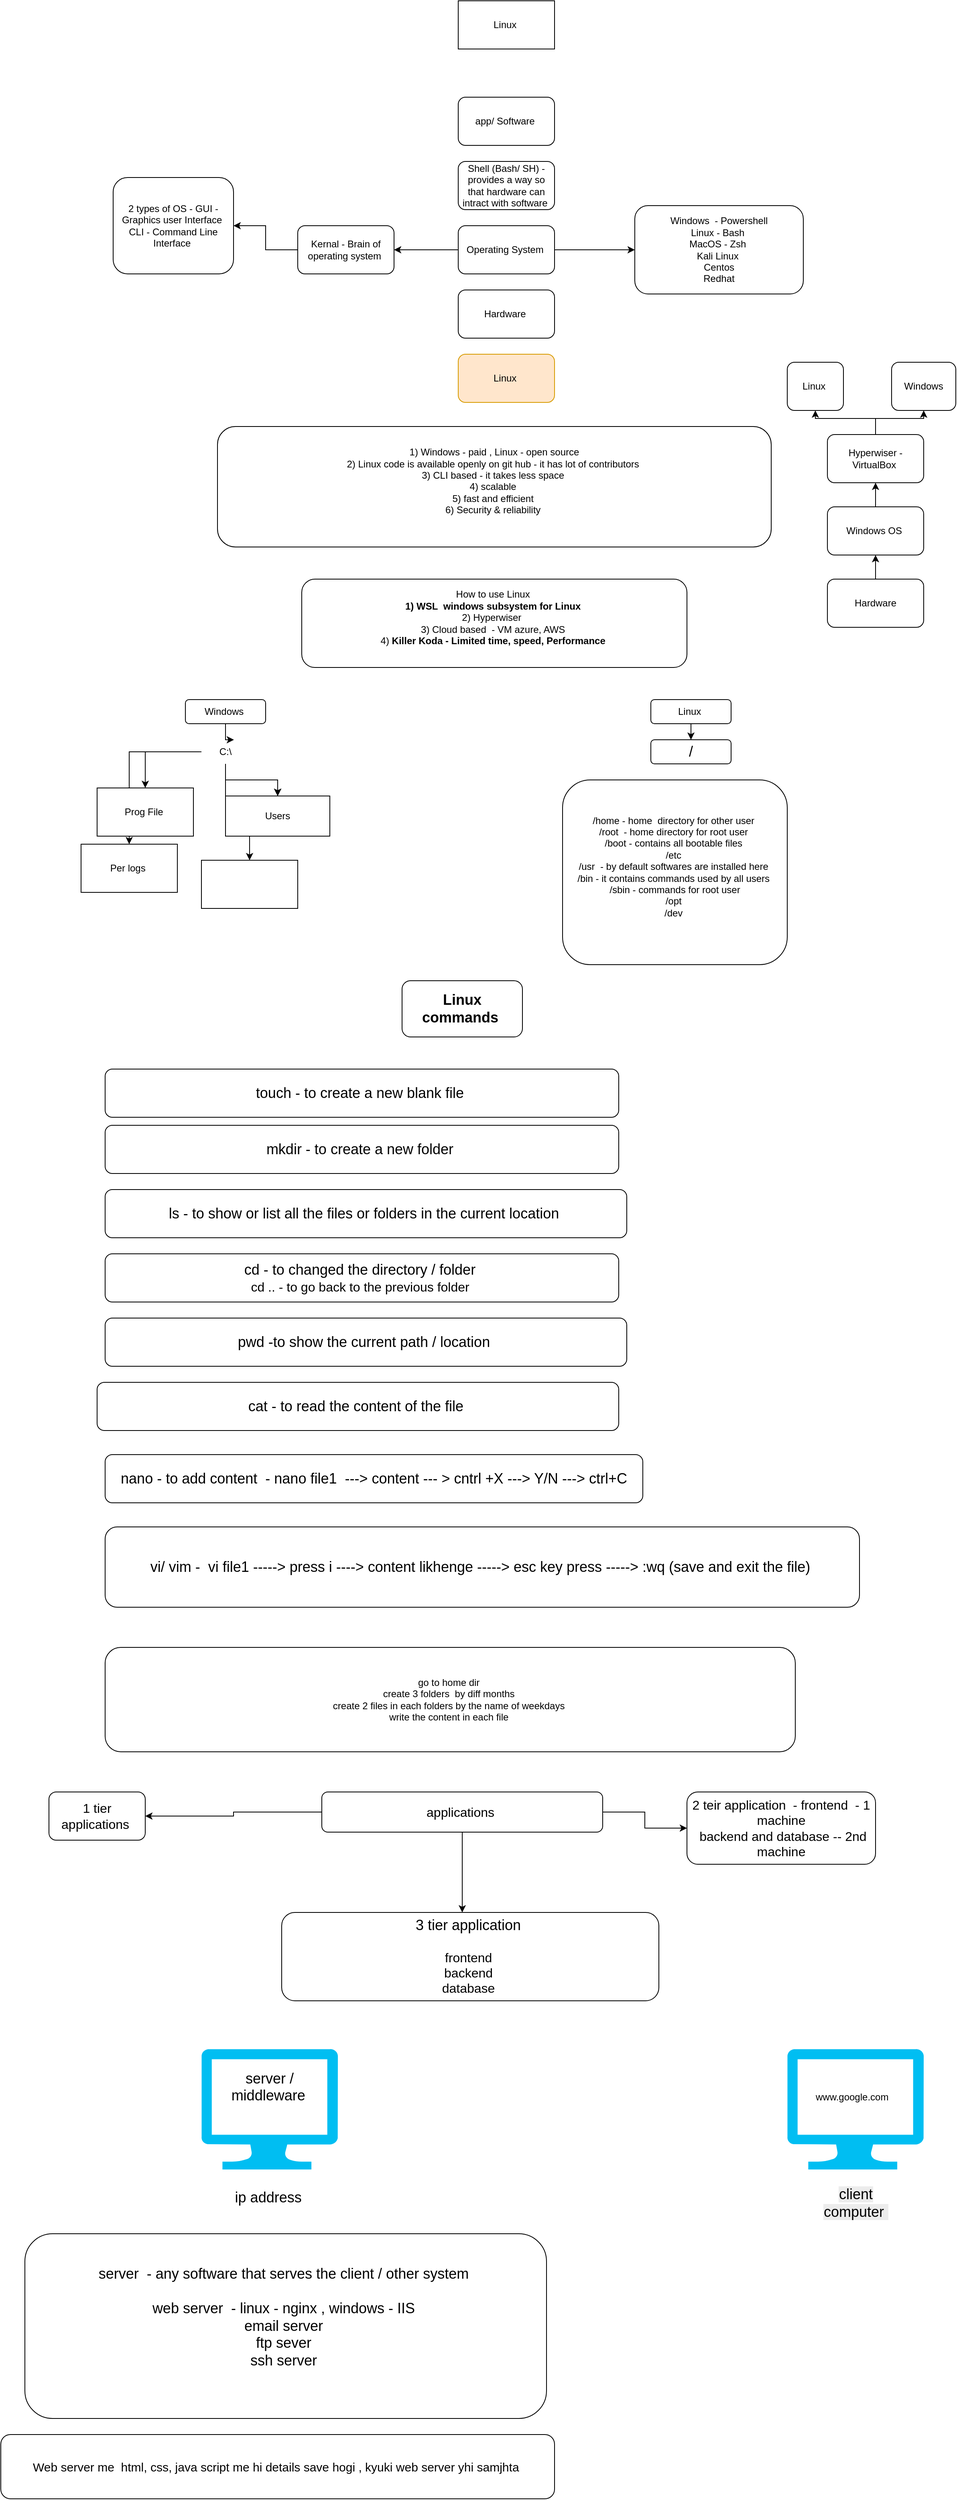
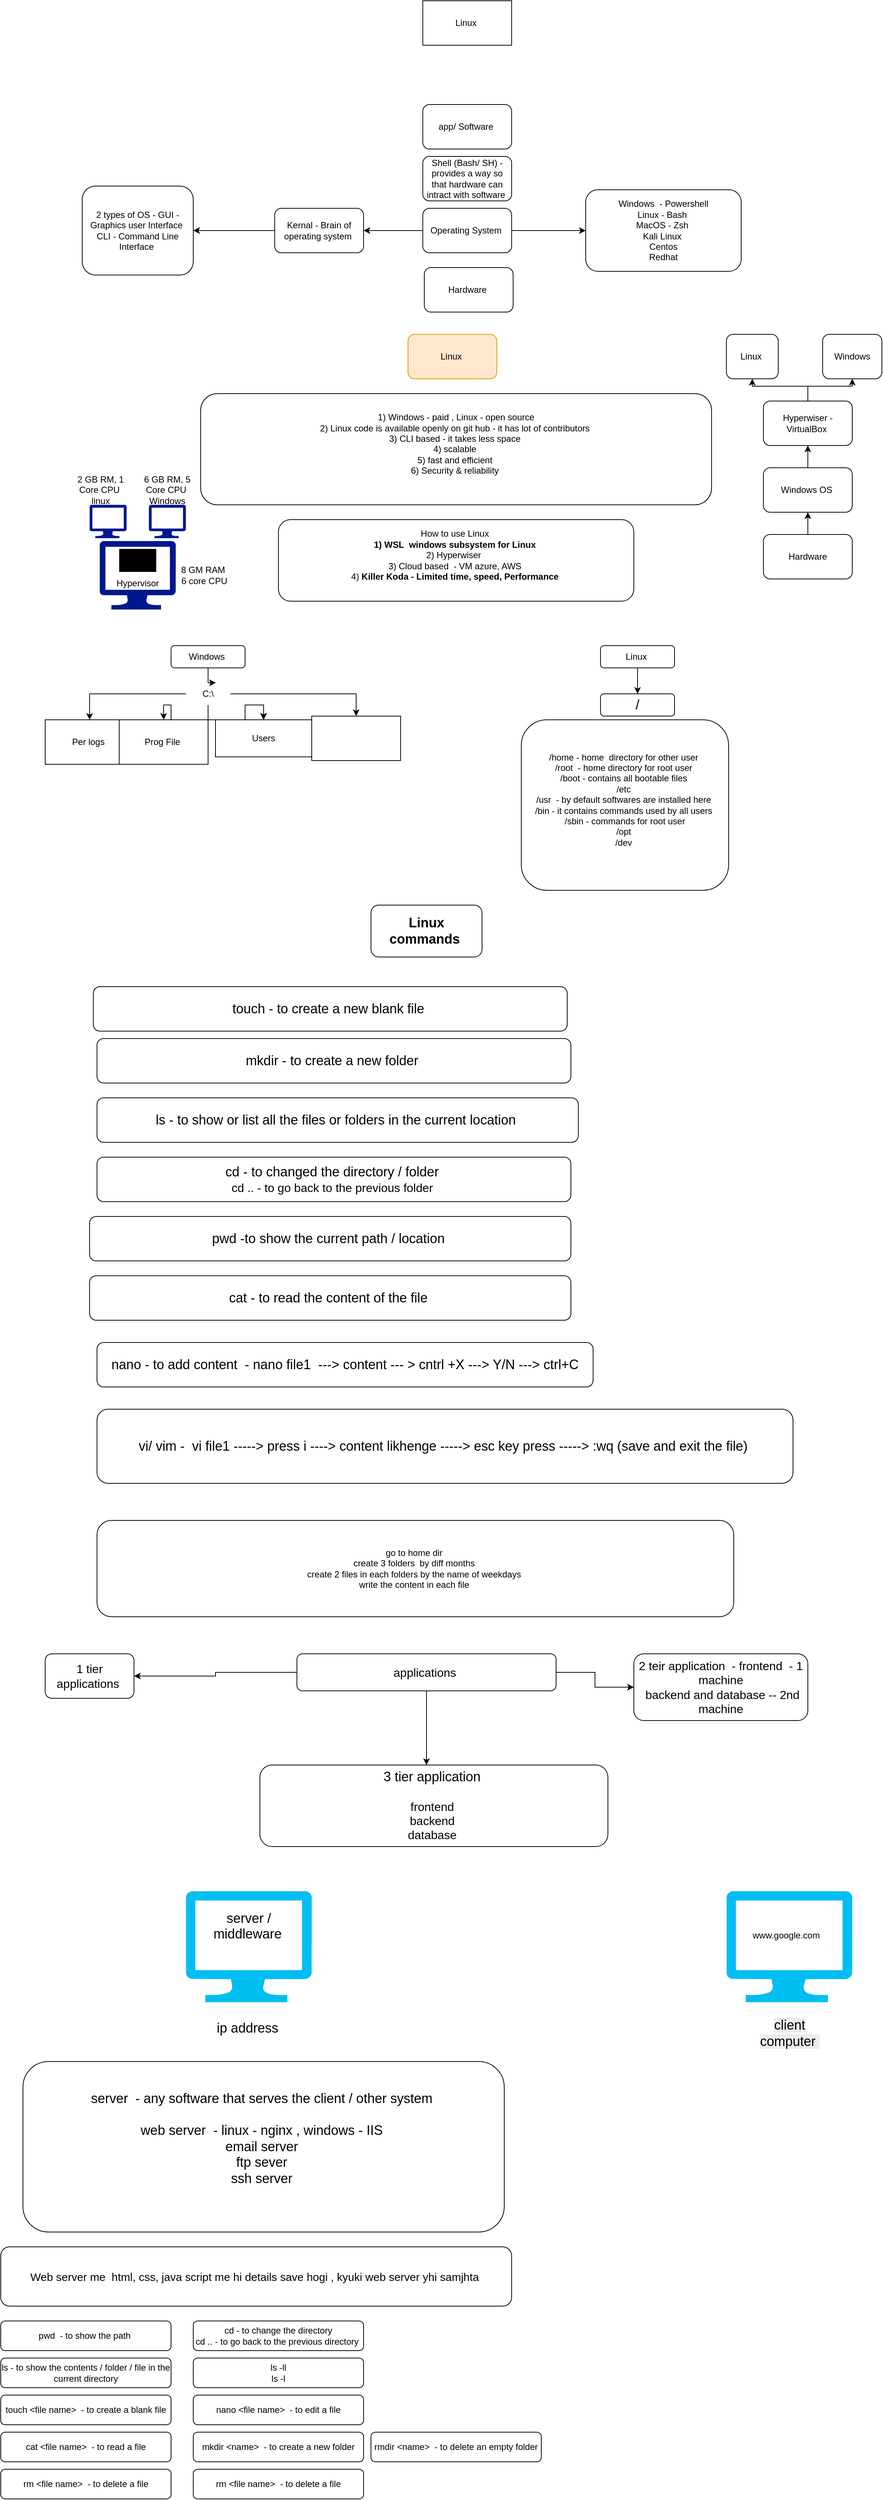
<mxfile host="app.diagrams.net" agent="Mozilla/5.0 (Windows NT 10.0; Win64; x64) AppleWebKit/537.36 (KHTML, like Gecko) Chrome/146.0.0.0 Safari/537.36">
  <diagram name="Page-1" id="sYT0bQpVFiIIokfnIlrh">
-     <mxGraphModel dx="9001030" dy="527" grid="1" gridSize="10" guides="1" tooltips="1" connect="1" arrows="1" fold="1" page="1" pageScale="1" pageWidth="9000000" pageHeight="9011690" math="0" shadow="0">
+     <mxGraphModel dx="9000824" dy="422" grid="1" gridSize="10" guides="1" tooltips="1" connect="1" arrows="1" fold="1" page="1" pageScale="1" pageWidth="9000000" pageHeight="9011690" math="0" shadow="0">
      <root>
        <mxCell id="0" />
        <mxCell id="1" parent="0" />
        <mxCell id="7nn-oLGp6Rcu_q-DwqWM-1" parent="1" style="rounded=0;whiteSpace=wrap;html=1;" value="Linux&amp;nbsp;" vertex="1">
          <mxGeometry height="60" width="120" x="440" y="10" as="geometry" />
        </mxCell>
        <mxCell id="7nn-oLGp6Rcu_q-DwqWM-2" parent="1" style="rounded=1;whiteSpace=wrap;html=1;" value="Hardware&amp;nbsp;" vertex="1">
-           <mxGeometry height="60" width="120" x="440" y="370" as="geometry" />
+           <mxGeometry height="60" width="120" x="442" y="370" as="geometry" />
        </mxCell>
        <mxCell id="7nn-oLGp6Rcu_q-DwqWM-3" parent="1" style="rounded=1;whiteSpace=wrap;html=1;" value="app/ Software&amp;nbsp;" vertex="1">
-           <mxGeometry height="60" width="120" x="440" y="130" as="geometry" />
+           <mxGeometry height="60" width="120" x="440" y="150" as="geometry" />
        </mxCell>
        <mxCell id="7nn-oLGp6Rcu_q-DwqWM-6" edge="1" parent="1" source="7nn-oLGp6Rcu_q-DwqWM-4" style="edgeStyle=orthogonalEdgeStyle;rounded=0;orthogonalLoop=1;jettySize=auto;html=1;" target="7nn-oLGp6Rcu_q-DwqWM-5" value="">
          <mxGeometry relative="1" as="geometry" />
        </mxCell>
        <mxCell id="7nn-oLGp6Rcu_q-DwqWM-9" edge="1" parent="1" source="7nn-oLGp6Rcu_q-DwqWM-4" style="edgeStyle=orthogonalEdgeStyle;rounded=0;orthogonalLoop=1;jettySize=auto;html=1;" target="7nn-oLGp6Rcu_q-DwqWM-8" value="">
          <mxGeometry relative="1" as="geometry" />
        </mxCell>
        <mxCell id="7nn-oLGp6Rcu_q-DwqWM-4" parent="1" style="rounded=1;whiteSpace=wrap;html=1;" value="Operating System&amp;nbsp;" vertex="1">
          <mxGeometry height="60" width="120" x="440" y="290" as="geometry" />
        </mxCell>
        <mxCell id="7nn-oLGp6Rcu_q-DwqWM-5" parent="1" style="whiteSpace=wrap;html=1;rounded=1;" value="Windows&amp;nbsp; - Powershell&lt;div&gt;Linux - Bash&amp;nbsp;&lt;/div&gt;&lt;div&gt;MacOS - Zsh&amp;nbsp;&lt;/div&gt;&lt;div&gt;Kali Linux&amp;nbsp;&lt;/div&gt;&lt;div&gt;Centos&lt;/div&gt;&lt;div&gt;Redhat&lt;/div&gt;" vertex="1">
          <mxGeometry height="110" width="210" x="660" y="265" as="geometry" />
        </mxCell>
        <mxCell id="7nn-oLGp6Rcu_q-DwqWM-7" parent="1" style="rounded=1;whiteSpace=wrap;html=1;" value="Shell (Bash/ SH) - provides a way so that hardware can intract with software&amp;nbsp;" vertex="1">
-           <mxGeometry height="60" width="120" x="440" y="210" as="geometry" />
+           <mxGeometry height="60" width="120" x="440" y="220" as="geometry" />
        </mxCell>
        <mxCell id="7nn-oLGp6Rcu_q-DwqWM-14" edge="1" parent="1" source="7nn-oLGp6Rcu_q-DwqWM-8" style="edgeStyle=orthogonalEdgeStyle;rounded=0;orthogonalLoop=1;jettySize=auto;html=1;" target="7nn-oLGp6Rcu_q-DwqWM-13" value="">
          <mxGeometry relative="1" as="geometry" />
        </mxCell>
        <mxCell id="7nn-oLGp6Rcu_q-DwqWM-8" parent="1" style="whiteSpace=wrap;html=1;rounded=1;" value="Kernal - Brain of operating system&amp;nbsp;" vertex="1">
          <mxGeometry height="60" width="120" x="240" y="290" as="geometry" />
        </mxCell>
        <mxCell id="7nn-oLGp6Rcu_q-DwqWM-10" parent="1" style="rounded=1;whiteSpace=wrap;html=1;fillColor=#ffe6cc;strokeColor=#d79b00;" value="Linux&amp;nbsp;" vertex="1">
-           <mxGeometry height="60" width="120" x="440" y="450" as="geometry" />
+           <mxGeometry height="60" width="120" x="420" y="460" as="geometry" />
        </mxCell>
        <mxCell id="7nn-oLGp6Rcu_q-DwqWM-11" parent="1" style="rounded=1;whiteSpace=wrap;html=1;" value="1) Windows - paid , Linux - open source&lt;div&gt;2) Linux code is available openly on git hub - it has lot of contributors&amp;nbsp;&lt;/div&gt;&lt;div&gt;3) CLI based - it takes less space&amp;nbsp;&lt;/div&gt;&lt;div&gt;4) scalable&amp;nbsp;&lt;/div&gt;&lt;div&gt;5) fast and efficient&amp;nbsp;&lt;/div&gt;&lt;div&gt;6) Security &amp;amp; reliability&amp;nbsp;&lt;/div&gt;&lt;div&gt;&amp;nbsp;&amp;nbsp;&lt;/div&gt;" vertex="1">
          <mxGeometry height="150" width="690" x="140" y="540" as="geometry" />
        </mxCell>
        <mxCell id="7nn-oLGp6Rcu_q-DwqWM-12" parent="1" style="rounded=1;whiteSpace=wrap;html=1;" value="How to use Linux&amp;nbsp;&lt;div&gt;&lt;b&gt;1) WSL&amp;nbsp; windows subsystem for Linux&amp;nbsp;&lt;/b&gt;&lt;/div&gt;&lt;div&gt;2) Hyperwiser&amp;nbsp;&amp;nbsp;&lt;/div&gt;&lt;div&gt;3) Cloud based&amp;nbsp; - VM azure, AWS&amp;nbsp;&lt;/div&gt;&lt;div&gt;4) &lt;b&gt;Killer Koda - Limited time, speed, Performance&lt;/b&gt;&amp;nbsp;&lt;/div&gt;&lt;div&gt;&lt;br&gt;&lt;/div&gt;" vertex="1">
-           <mxGeometry height="110" width="480" x="245" y="730" as="geometry" />
+           <mxGeometry height="110" width="480" x="245" y="710" as="geometry" />
        </mxCell>
        <mxCell id="7nn-oLGp6Rcu_q-DwqWM-13" parent="1" style="whiteSpace=wrap;html=1;rounded=1;" value="2 types of OS - GUI - Graphics user Interface&amp;nbsp;&lt;div&gt;CLI - Command Line Interface&amp;nbsp;&lt;/div&gt;" vertex="1">
-           <mxGeometry height="120" width="150" x="10" y="230" as="geometry" />
+           <mxGeometry height="120" width="150" x="-20" y="260" as="geometry" />
        </mxCell>
        <mxCell id="7nn-oLGp6Rcu_q-DwqWM-17" edge="1" parent="1" source="7nn-oLGp6Rcu_q-DwqWM-15" style="edgeStyle=orthogonalEdgeStyle;rounded=0;orthogonalLoop=1;jettySize=auto;html=1;" target="7nn-oLGp6Rcu_q-DwqWM-16" value="">
          <mxGeometry relative="1" as="geometry" />
        </mxCell>
        <mxCell id="7nn-oLGp6Rcu_q-DwqWM-15" parent="1" style="rounded=1;whiteSpace=wrap;html=1;" value="Hardware" vertex="1">
          <mxGeometry height="60" width="120" x="900" y="730" as="geometry" />
        </mxCell>
        <mxCell id="7nn-oLGp6Rcu_q-DwqWM-19" edge="1" parent="1" source="7nn-oLGp6Rcu_q-DwqWM-16" style="edgeStyle=orthogonalEdgeStyle;rounded=0;orthogonalLoop=1;jettySize=auto;html=1;" target="7nn-oLGp6Rcu_q-DwqWM-18" value="">
          <mxGeometry relative="1" as="geometry" />
        </mxCell>
        <mxCell id="7nn-oLGp6Rcu_q-DwqWM-16" parent="1" style="whiteSpace=wrap;html=1;rounded=1;" value="Windows OS&amp;nbsp;" vertex="1">
          <mxGeometry height="60" width="120" x="900" y="640" as="geometry" />
        </mxCell>
        <mxCell id="7nn-oLGp6Rcu_q-DwqWM-21" edge="1" parent="1" source="7nn-oLGp6Rcu_q-DwqWM-18" style="edgeStyle=orthogonalEdgeStyle;rounded=0;orthogonalLoop=1;jettySize=auto;html=1;" target="7nn-oLGp6Rcu_q-DwqWM-20" value="">
          <mxGeometry relative="1" as="geometry" />
        </mxCell>
        <mxCell id="7nn-oLGp6Rcu_q-DwqWM-23" edge="1" parent="1" source="7nn-oLGp6Rcu_q-DwqWM-18" style="edgeStyle=orthogonalEdgeStyle;rounded=0;orthogonalLoop=1;jettySize=auto;html=1;" target="7nn-oLGp6Rcu_q-DwqWM-22" value="">
          <mxGeometry relative="1" as="geometry" />
        </mxCell>
        <mxCell id="7nn-oLGp6Rcu_q-DwqWM-18" parent="1" style="whiteSpace=wrap;html=1;rounded=1;" value="Hyperwiser - VirtualBox&amp;nbsp;" vertex="1">
          <mxGeometry height="60" width="120" x="900" y="550" as="geometry" />
        </mxCell>
        <mxCell id="7nn-oLGp6Rcu_q-DwqWM-20" parent="1" style="whiteSpace=wrap;html=1;rounded=1;" value="Linux&amp;nbsp;" vertex="1">
          <mxGeometry height="60" width="70" x="850" y="460" as="geometry" />
        </mxCell>
        <mxCell id="7nn-oLGp6Rcu_q-DwqWM-22" parent="1" style="whiteSpace=wrap;html=1;rounded=1;" value="Windows" vertex="1">
          <mxGeometry height="60" width="80" x="980" y="460" as="geometry" />
        </mxCell>
        <mxCell id="7nn-oLGp6Rcu_q-DwqWM-26" edge="1" parent="1" source="7nn-oLGp6Rcu_q-DwqWM-24" style="edgeStyle=orthogonalEdgeStyle;rounded=0;orthogonalLoop=1;jettySize=auto;html=1;" value="">
          <mxGeometry relative="1" as="geometry">
            <mxPoint x="160" y="930" as="targetPoint" />
          </mxGeometry>
        </mxCell>
        <mxCell id="7nn-oLGp6Rcu_q-DwqWM-24" parent="1" style="rounded=1;whiteSpace=wrap;html=1;" value="Windows&amp;nbsp;" vertex="1">
          <mxGeometry height="30" width="100" x="100" y="880" as="geometry" />
        </mxCell>
        <mxCell id="7nn-oLGp6Rcu_q-DwqWM-35" edge="1" parent="1" source="7nn-oLGp6Rcu_q-DwqWM-27" style="edgeStyle=orthogonalEdgeStyle;rounded=0;orthogonalLoop=1;jettySize=auto;html=1;" target="7nn-oLGp6Rcu_q-DwqWM-34" value="">
          <mxGeometry relative="1" as="geometry" />
        </mxCell>
        <mxCell id="7nn-oLGp6Rcu_q-DwqWM-37" edge="1" parent="1" source="7nn-oLGp6Rcu_q-DwqWM-27" style="edgeStyle=orthogonalEdgeStyle;rounded=0;orthogonalLoop=1;jettySize=auto;html=1;" target="7nn-oLGp6Rcu_q-DwqWM-36" value="">
          <mxGeometry relative="1" as="geometry" />
        </mxCell>
        <mxCell id="7nn-oLGp6Rcu_q-DwqWM-39" edge="1" parent="1" source="7nn-oLGp6Rcu_q-DwqWM-27" style="edgeStyle=orthogonalEdgeStyle;rounded=0;orthogonalLoop=1;jettySize=auto;html=1;" target="7nn-oLGp6Rcu_q-DwqWM-38" value="">
          <mxGeometry relative="1" as="geometry" />
        </mxCell>
        <mxCell id="7nn-oLGp6Rcu_q-DwqWM-40" edge="1" parent="1" source="7nn-oLGp6Rcu_q-DwqWM-27" style="edgeStyle=orthogonalEdgeStyle;rounded=0;orthogonalLoop=1;jettySize=auto;html=1;" target="7nn-oLGp6Rcu_q-DwqWM-38" value="">
          <mxGeometry relative="1" as="geometry" />
        </mxCell>
        <mxCell id="7nn-oLGp6Rcu_q-DwqWM-41" edge="1" parent="1" source="7nn-oLGp6Rcu_q-DwqWM-27" style="edgeStyle=orthogonalEdgeStyle;rounded=0;orthogonalLoop=1;jettySize=auto;html=1;" target="7nn-oLGp6Rcu_q-DwqWM-38" value="">
          <mxGeometry relative="1" as="geometry" />
        </mxCell>
        <mxCell id="7nn-oLGp6Rcu_q-DwqWM-43" edge="1" parent="1" source="7nn-oLGp6Rcu_q-DwqWM-27" style="edgeStyle=orthogonalEdgeStyle;rounded=0;orthogonalLoop=1;jettySize=auto;html=1;" target="7nn-oLGp6Rcu_q-DwqWM-42" value="">
          <mxGeometry relative="1" as="geometry" />
        </mxCell>
        <mxCell id="7nn-oLGp6Rcu_q-DwqWM-27" parent="1" style="text;html=1;whiteSpace=wrap;strokeColor=none;fillColor=none;align=center;verticalAlign=middle;rounded=0;" value="C:\" vertex="1">
          <mxGeometry height="30" width="60" x="120" y="930" as="geometry" />
        </mxCell>
        <mxCell id="7nn-oLGp6Rcu_q-DwqWM-32" edge="1" parent="1" source="7nn-oLGp6Rcu_q-DwqWM-30" style="edgeStyle=orthogonalEdgeStyle;rounded=0;orthogonalLoop=1;jettySize=auto;html=1;" target="7nn-oLGp6Rcu_q-DwqWM-31" value="">
          <mxGeometry relative="1" as="geometry" />
        </mxCell>
        <mxCell id="7nn-oLGp6Rcu_q-DwqWM-30" parent="1" style="rounded=1;whiteSpace=wrap;html=1;" value="Linux&amp;nbsp;" vertex="1">
          <mxGeometry height="30" width="100" x="680" y="880" as="geometry" />
        </mxCell>
        <mxCell id="7nn-oLGp6Rcu_q-DwqWM-31" parent="1" style="rounded=1;whiteSpace=wrap;html=1;" value="&lt;font style=&quot;font-size: 18px;&quot;&gt;/&lt;/font&gt;" vertex="1">
-           <mxGeometry height="30" width="100" x="680" y="930" as="geometry" />
+           <mxGeometry height="30" width="100" x="680" y="945" as="geometry" />
        </mxCell>
        <mxCell id="7nn-oLGp6Rcu_q-DwqWM-34" parent="1" style="whiteSpace=wrap;html=1;" value="" vertex="1">
-           <mxGeometry height="60" width="120" x="120" y="1080" as="geometry" />
+           <mxGeometry height="60" width="120" x="290" y="975" as="geometry" />
        </mxCell>
        <mxCell id="7nn-oLGp6Rcu_q-DwqWM-36" parent="1" style="whiteSpace=wrap;html=1;" value="Per logs&amp;nbsp;" vertex="1">
-           <mxGeometry height="60" width="120" x="-30" y="1060" as="geometry" />
+           <mxGeometry height="60" width="120" x="-70" y="980" as="geometry" />
        </mxCell>
        <mxCell id="7nn-oLGp6Rcu_q-DwqWM-38" parent="1" style="whiteSpace=wrap;html=1;" value="Users" vertex="1">
-           <mxGeometry height="50" width="130" x="150" y="1000" as="geometry" />
+           <mxGeometry height="50" width="130" x="160" y="980" as="geometry" />
        </mxCell>
        <mxCell id="7nn-oLGp6Rcu_q-DwqWM-42" parent="1" style="whiteSpace=wrap;html=1;" value="Prog File&amp;nbsp;" vertex="1">
-           <mxGeometry height="60" width="120" x="-10" y="990" as="geometry" />
+           <mxGeometry height="60" width="120" x="30" y="980" as="geometry" />
        </mxCell>
        <mxCell id="7nn-oLGp6Rcu_q-DwqWM-44" parent="1" style="rounded=1;whiteSpace=wrap;html=1;" value="/home - home&amp;nbsp; directory for other user&amp;nbsp;&lt;div&gt;/root&amp;nbsp; - home directory for root user&amp;nbsp;&lt;/div&gt;&lt;div&gt;/boot - contains all bootable files&amp;nbsp;&lt;/div&gt;&lt;div&gt;/etc&amp;nbsp;&lt;/div&gt;&lt;div&gt;/usr&amp;nbsp; - by default softwares are installed here&amp;nbsp;&lt;/div&gt;&lt;div&gt;/bin - it contains commands used by all users&amp;nbsp;&lt;/div&gt;&lt;div&gt;/sbin - commands for root user&lt;/div&gt;&lt;div&gt;/opt&amp;nbsp;&lt;/div&gt;&lt;div&gt;/dev&amp;nbsp;&lt;/div&gt;&lt;div&gt;&lt;br&gt;&lt;/div&gt;" vertex="1">
-           <mxGeometry height="230" width="280" x="570" y="980" as="geometry" />
+           <mxGeometry height="230" width="280" x="573" y="980" as="geometry" />
        </mxCell>
        <mxCell id="7nn-oLGp6Rcu_q-DwqWM-45" parent="1" style="rounded=1;whiteSpace=wrap;html=1;" value="&lt;b&gt;&lt;font style=&quot;font-size: 18px;&quot;&gt;Linux commands&amp;nbsp;&lt;/font&gt;&lt;/b&gt;" vertex="1">
          <mxGeometry height="70" width="150" x="370" y="1230" as="geometry" />
        </mxCell>
        <mxCell id="7nn-oLGp6Rcu_q-DwqWM-46" parent="1" style="rounded=1;whiteSpace=wrap;html=1;" value="&lt;font style=&quot;font-size: 18px;&quot;&gt;touch - to create a new blank file&amp;nbsp;&lt;/font&gt;" vertex="1">
-           <mxGeometry height="60" width="640" y="1340" as="geometry" />
+           <mxGeometry height="60" width="640" x="-5" y="1340" as="geometry" />
        </mxCell>
        <mxCell id="7nn-oLGp6Rcu_q-DwqWM-47" parent="1" style="rounded=1;whiteSpace=wrap;html=1;" value="&lt;font style=&quot;font-size: 18px;&quot;&gt;ls - to show or list all the files or folders in the current location&amp;nbsp;&lt;/font&gt;" vertex="1">
          <mxGeometry height="60" width="650" y="1490" as="geometry" />
        </mxCell>
        <mxCell id="7nn-oLGp6Rcu_q-DwqWM-48" parent="1" style="rounded=1;whiteSpace=wrap;html=1;" value="&lt;font style=&quot;font-size: 18px;&quot;&gt;cd - to changed the directory / folder&amp;nbsp;&lt;/font&gt;&lt;div&gt;&lt;font size=&quot;3&quot;&gt;cd .. - to go back to the previous folder&amp;nbsp;&lt;/font&gt;&lt;/div&gt;" vertex="1">
          <mxGeometry height="60" width="640" y="1570" as="geometry" />
        </mxCell>
        <mxCell id="7nn-oLGp6Rcu_q-DwqWM-49" parent="1" style="rounded=1;whiteSpace=wrap;html=1;" value="&lt;font style=&quot;font-size: 18px;&quot;&gt;mkdir - to create a new folder&amp;nbsp;&lt;/font&gt;" vertex="1">
          <mxGeometry height="60" width="640" y="1410" as="geometry" />
        </mxCell>
        <mxCell id="7nn-oLGp6Rcu_q-DwqWM-50" parent="1" style="rounded=1;whiteSpace=wrap;html=1;" value="&lt;font style=&quot;font-size: 18px;&quot;&gt;pwd -to show the current path / location&amp;nbsp;&lt;/font&gt;" vertex="1">
-           <mxGeometry height="60" width="650" y="1650" as="geometry" />
+           <mxGeometry height="60" width="650" x="-10" y="1650" as="geometry" />
        </mxCell>
        <mxCell id="7nn-oLGp6Rcu_q-DwqWM-51" parent="1" style="rounded=1;whiteSpace=wrap;html=1;" value="&lt;span style=&quot;font-size: 18px;&quot;&gt;cat - to read the content of the file&amp;nbsp;&lt;/span&gt;" vertex="1">
          <mxGeometry height="60" width="650" x="-10" y="1730" as="geometry" />
        </mxCell>
        <mxCell id="7nn-oLGp6Rcu_q-DwqWM-52" parent="1" style="rounded=1;whiteSpace=wrap;html=1;" value="&lt;span style=&quot;font-size: 18px;&quot;&gt;nano - to add content&amp;nbsp; - nano file1&amp;nbsp; ---&amp;gt; content --- &amp;gt; cntrl +X ---&amp;gt; Y/N ---&amp;gt; ctrl+C&lt;/span&gt;" vertex="1">
          <mxGeometry height="60" width="670" y="1820" as="geometry" />
        </mxCell>
        <mxCell id="7nn-oLGp6Rcu_q-DwqWM-53" parent="1" style="rounded=1;whiteSpace=wrap;html=1;" value="&lt;span style=&quot;font-size: 18px;&quot;&gt;vi/ vim -&amp;nbsp; vi file1 -----&amp;gt; press i ----&amp;gt; content likhenge -----&amp;gt; esc key press -----&amp;gt; :wq (save and exit the file)&amp;nbsp;&lt;/span&gt;" vertex="1">
          <mxGeometry height="100" width="940" y="1910" as="geometry" />
        </mxCell>
        <mxCell id="7nn-oLGp6Rcu_q-DwqWM-54" parent="1" style="rounded=1;whiteSpace=wrap;html=1;" value="go to home dir&amp;nbsp;&lt;div&gt;create 3 folders&amp;nbsp; by diff months&amp;nbsp;&lt;/div&gt;&lt;div&gt;create 2 files in each folders by the name of weekdays&amp;nbsp;&lt;/div&gt;&lt;div&gt;write the content in each file&amp;nbsp;&lt;/div&gt;" vertex="1">
          <mxGeometry height="130" width="860" y="2060" as="geometry" />
        </mxCell>
        <mxCell id="01tutvly6hQ2g5tb8AGT-3" edge="1" parent="1" source="01tutvly6hQ2g5tb8AGT-1" style="edgeStyle=orthogonalEdgeStyle;rounded=0;orthogonalLoop=1;jettySize=auto;html=1;" target="01tutvly6hQ2g5tb8AGT-2" value="">
          <mxGeometry relative="1" as="geometry" />
        </mxCell>
        <mxCell id="01tutvly6hQ2g5tb8AGT-5" edge="1" parent="1" source="01tutvly6hQ2g5tb8AGT-1" style="edgeStyle=orthogonalEdgeStyle;rounded=0;orthogonalLoop=1;jettySize=auto;html=1;" target="01tutvly6hQ2g5tb8AGT-4" value="">
          <mxGeometry relative="1" as="geometry" />
        </mxCell>
        <mxCell id="01tutvly6hQ2g5tb8AGT-7" edge="1" parent="1" source="01tutvly6hQ2g5tb8AGT-1" style="edgeStyle=orthogonalEdgeStyle;rounded=0;orthogonalLoop=1;jettySize=auto;html=1;">
          <mxGeometry relative="1" as="geometry">
            <mxPoint x="445" y="2390" as="targetPoint" />
          </mxGeometry>
        </mxCell>
        <mxCell id="01tutvly6hQ2g5tb8AGT-1" parent="1" style="rounded=1;whiteSpace=wrap;html=1;" value="&lt;font size=&quot;3&quot;&gt;applications&amp;nbsp;&lt;/font&gt;" vertex="1">
          <mxGeometry height="50" width="350" x="270" y="2240" as="geometry" />
        </mxCell>
        <mxCell id="01tutvly6hQ2g5tb8AGT-2" parent="1" style="whiteSpace=wrap;html=1;rounded=1;" value="&lt;font size=&quot;3&quot;&gt;1 tier applications&amp;nbsp;&lt;/font&gt;" vertex="1">
          <mxGeometry height="60" width="120" x="-70" y="2240" as="geometry" />
        </mxCell>
        <mxCell id="01tutvly6hQ2g5tb8AGT-4" parent="1" style="whiteSpace=wrap;html=1;rounded=1;" value="&lt;font size=&quot;3&quot;&gt;2 teir application&amp;nbsp; - frontend&amp;nbsp; - 1 machine&lt;/font&gt;&lt;div&gt;&lt;font size=&quot;3&quot;&gt;&amp;nbsp;backend and database -- 2nd machine&lt;/font&gt;&lt;/div&gt;" vertex="1">
          <mxGeometry height="90" width="235" x="725" y="2240" as="geometry" />
        </mxCell>
        <mxCell id="01tutvly6hQ2g5tb8AGT-8" parent="1" style="rounded=1;whiteSpace=wrap;html=1;" value="&lt;font style=&quot;font-size: 18px;&quot;&gt;3 tier application&amp;nbsp;&lt;/font&gt;&lt;div&gt;&lt;font size=&quot;3&quot;&gt;&lt;br&gt;&lt;/font&gt;&lt;/div&gt;&lt;div&gt;&lt;font size=&quot;3&quot;&gt;frontend&amp;nbsp;&lt;/font&gt;&lt;/div&gt;&lt;div&gt;&lt;font size=&quot;3&quot;&gt;backend&amp;nbsp;&lt;/font&gt;&lt;/div&gt;&lt;div&gt;&lt;font size=&quot;3&quot;&gt;database&amp;nbsp;&lt;/font&gt;&lt;/div&gt;" vertex="1">
          <mxGeometry height="110" width="470" x="220" y="2390" as="geometry" />
        </mxCell>
        <mxCell id="01tutvly6hQ2g5tb8AGT-10" parent="1" style="verticalLabelPosition=bottom;html=1;verticalAlign=top;align=center;strokeColor=none;fillColor=#00BEF2;shape=mxgraph.azure.computer;pointerEvents=1;" value="" vertex="1">
          <mxGeometry height="150" width="170" x="120" y="2560" as="geometry" />
        </mxCell>
        <mxCell id="01tutvly6hQ2g5tb8AGT-11" parent="1" style="verticalLabelPosition=bottom;html=1;verticalAlign=top;align=center;strokeColor=none;fillColor=#00BEF2;shape=mxgraph.azure.computer;pointerEvents=1;" value="&#xa;&lt;span style=&quot;color: rgb(0, 0, 0); font-family: Helvetica; font-size: 18px; font-style: normal; font-variant-ligatures: normal; font-variant-caps: normal; font-weight: 400; letter-spacing: normal; orphans: 2; text-align: center; text-indent: 0px; text-transform: none; widows: 2; word-spacing: 0px; -webkit-text-stroke-width: 0px; white-space: normal; background-color: rgb(236, 236, 236); text-decoration-thickness: initial; text-decoration-style: initial; text-decoration-color: initial; display: inline !important; float: none;&quot;&gt;client computer&amp;nbsp;&lt;/span&gt;&#xa;&#xa;" vertex="1">
          <mxGeometry height="150" width="170" x="850" y="2560" as="geometry" />
        </mxCell>
        <mxCell id="01tutvly6hQ2g5tb8AGT-12" parent="1" style="text;html=1;whiteSpace=wrap;strokeColor=none;fillColor=none;align=center;verticalAlign=middle;rounded=0;" value="www.google.com&amp;nbsp;" vertex="1">
          <mxGeometry height="40" width="65" x="900" y="2600" as="geometry" />
        </mxCell>
        <mxCell id="01tutvly6hQ2g5tb8AGT-13" parent="1" style="text;html=1;whiteSpace=wrap;strokeColor=none;fillColor=none;align=center;verticalAlign=middle;rounded=0;" value="&lt;font style=&quot;font-size: 18px;&quot;&gt;server / middleware&lt;/font&gt;&amp;nbsp; &amp;nbsp;&amp;nbsp;" vertex="1">
          <mxGeometry height="30" width="60" x="175" y="2600" as="geometry" />
        </mxCell>
        <mxCell id="01tutvly6hQ2g5tb8AGT-14" parent="1" style="text;html=1;whiteSpace=wrap;strokeColor=none;fillColor=none;align=center;verticalAlign=middle;rounded=0;" value="&lt;font style=&quot;font-size: 18px;&quot;&gt;ip address&lt;/font&gt;&amp;nbsp;" vertex="1">
          <mxGeometry height="30" width="130" x="140" y="2730" as="geometry" />
        </mxCell>
        <mxCell id="01tutvly6hQ2g5tb8AGT-15" parent="1" style="rounded=1;whiteSpace=wrap;html=1;" value="&lt;font style=&quot;font-size: 18px;&quot;&gt;server&amp;nbsp; - any software that serves the client / other system&amp;nbsp;&lt;/font&gt;&lt;div&gt;&lt;font style=&quot;font-size: 18px;&quot;&gt;&lt;br&gt;&lt;/font&gt;&lt;/div&gt;&lt;div&gt;&lt;font style=&quot;font-size: 18px;&quot;&gt;web server&amp;nbsp; - linux - nginx , windows - IIS&amp;nbsp;&lt;/font&gt;&lt;/div&gt;&lt;div&gt;&lt;font style=&quot;font-size: 18px;&quot;&gt;email server&amp;nbsp;&lt;/font&gt;&lt;/div&gt;&lt;div&gt;&lt;font style=&quot;font-size: 18px;&quot;&gt;ftp sever&amp;nbsp;&lt;/font&gt;&lt;/div&gt;&lt;div&gt;&lt;font style=&quot;font-size: 18px;&quot;&gt;ssh server&amp;nbsp;&lt;/font&gt;&lt;/div&gt;&lt;div&gt;&lt;font style=&quot;font-size: 18px;&quot;&gt;&lt;br&gt;&lt;/font&gt;&lt;/div&gt;" vertex="1">
          <mxGeometry height="230" width="650" x="-100" y="2790" as="geometry" />
        </mxCell>
        <mxCell id="01tutvly6hQ2g5tb8AGT-16" parent="1" style="rounded=1;whiteSpace=wrap;html=1;fontSize=15;" value="Web server me&amp;nbsp; html, css, java script me hi details save hogi , kyuki web server yhi samjhta&amp;nbsp;" vertex="1">
          <mxGeometry height="80" width="690" x="-130" y="3040" as="geometry" />
        </mxCell>
+         <mxCell id="00ZLKW-nFivUe22oS6zY-2" parent="1" style="sketch=0;aspect=fixed;pointerEvents=1;shadow=0;dashed=0;html=1;strokeColor=none;labelPosition=center;verticalLabelPosition=bottom;verticalAlign=top;align=center;fillColor=#00188D;shape=mxgraph.azure.computer" value="" vertex="1">
+           <mxGeometry height="92.5" width="102.78" x="3.6100000000000003" y="738.75" as="geometry" />
+         </mxCell>
+         <mxCell id="00ZLKW-nFivUe22oS6zY-4" parent="1" style="text;html=1;whiteSpace=wrap;strokeColor=none;fillColor=none;align=center;verticalAlign=middle;rounded=0;" value="8 GM RAM&amp;nbsp;&lt;div&gt;6 core CPU&lt;/div&gt;" vertex="1">
+           <mxGeometry height="30" width="120" x="85" y="770" as="geometry" />
+         </mxCell>
+         <mxCell id="00ZLKW-nFivUe22oS6zY-5" parent="1" style="text;html=1;whiteSpace=wrap;strokeColor=none;fillColor=none;align=center;verticalAlign=middle;rounded=0;" value="2 GB RM, 1 Core CPU&amp;nbsp;&lt;div&gt;linux&lt;/div&gt;" vertex="1">
+           <mxGeometry height="30" width="90" x="-40" y="655" as="geometry" />
+         </mxCell>
+         <mxCell id="00ZLKW-nFivUe22oS6zY-6" parent="1" style="sketch=0;verticalLabelPosition=bottom;sketch=0;aspect=fixed;html=1;verticalAlign=top;strokeColor=none;fillColor=#000000;align=center;outlineConnect=0;pointerEvents=1;shape=mxgraph.citrix2.hypervisor_xenserver;" value="" vertex="1">
+           <mxGeometry height="30.995" width="50" x="30" y="749.5" as="geometry" />
+         </mxCell>
+         <mxCell id="00ZLKW-nFivUe22oS6zY-7" parent="1" style="sketch=0;aspect=fixed;pointerEvents=1;shadow=0;dashed=0;html=1;strokeColor=none;labelPosition=center;verticalLabelPosition=bottom;verticalAlign=top;align=center;fillColor=#00188D;shape=mxgraph.azure.computer" value="" vertex="1">
+           <mxGeometry height="45" width="50" x="-10" y="690" as="geometry" />
+         </mxCell>
+         <mxCell id="00ZLKW-nFivUe22oS6zY-8" parent="1" style="sketch=0;aspect=fixed;pointerEvents=1;shadow=0;dashed=0;html=1;strokeColor=none;labelPosition=center;verticalLabelPosition=bottom;verticalAlign=top;align=center;fillColor=#00188D;shape=mxgraph.azure.computer" value="" vertex="1">
+           <mxGeometry height="45" width="50" x="70" y="690" as="geometry" />
+         </mxCell>
+         <mxCell id="00ZLKW-nFivUe22oS6zY-9" parent="1" style="text;html=1;whiteSpace=wrap;strokeColor=none;fillColor=none;align=center;verticalAlign=middle;rounded=0;" value="6 GB RM, 5 Core CPU&amp;nbsp;&lt;div&gt;Windows&lt;/div&gt;" vertex="1">
+           <mxGeometry height="30" width="90" x="50" y="655" as="geometry" />
+         </mxCell>
+         <mxCell id="00ZLKW-nFivUe22oS6zY-10" parent="1" style="text;html=1;whiteSpace=wrap;strokeColor=none;fillColor=none;align=center;verticalAlign=middle;rounded=0;" value="Hypervisor" vertex="1">
+           <mxGeometry height="30" width="60" x="25" y="780.5" as="geometry" />
+         </mxCell>
+         <mxCell id="00ZLKW-nFivUe22oS6zY-11" parent="1" style="rounded=1;whiteSpace=wrap;html=1;" value="pwd&amp;nbsp; - to show the path&amp;nbsp;" vertex="1">
+           <mxGeometry height="40" width="230" x="-130" y="3140" as="geometry" />
+         </mxCell>
+         <mxCell id="00ZLKW-nFivUe22oS6zY-12" parent="1" style="rounded=1;whiteSpace=wrap;html=1;" value="ls - to show the contents / folder / file in the current directory" vertex="1">
+           <mxGeometry height="40" width="230" x="-130" y="3190" as="geometry" />
+         </mxCell>
+         <mxCell id="00ZLKW-nFivUe22oS6zY-13" parent="1" style="rounded=1;whiteSpace=wrap;html=1;" value="cd - to change the directory&lt;div&gt;cd .. - to go back to the previous directory&amp;nbsp;&lt;/div&gt;" vertex="1">
+           <mxGeometry height="40" width="230" x="130" y="3140" as="geometry" />
+         </mxCell>
+         <mxCell id="00ZLKW-nFivUe22oS6zY-14" parent="1" style="rounded=1;whiteSpace=wrap;html=1;" value="ls -ll&lt;div&gt;ls -l&lt;/div&gt;" vertex="1">
+           <mxGeometry height="40" width="230" x="130" y="3190" as="geometry" />
+         </mxCell>
+         <mxCell id="00ZLKW-nFivUe22oS6zY-15" parent="1" style="rounded=1;whiteSpace=wrap;html=1;" value="touch &amp;lt;file name&amp;gt;&amp;nbsp; - to create a blank file" vertex="1">
+           <mxGeometry height="40" width="230" x="-130" y="3240" as="geometry" />
+         </mxCell>
+         <mxCell id="00ZLKW-nFivUe22oS6zY-16" parent="1" style="rounded=1;whiteSpace=wrap;html=1;" value="nano &amp;lt;file name&amp;gt;&amp;nbsp; - to edit a file" vertex="1">
+           <mxGeometry height="40" width="230" x="130" y="3240" as="geometry" />
+         </mxCell>
+         <mxCell id="00ZLKW-nFivUe22oS6zY-17" parent="1" style="rounded=1;whiteSpace=wrap;html=1;" value="cat &amp;lt;file name&amp;gt;&amp;nbsp; - to read a file" vertex="1">
+           <mxGeometry height="40" width="230" x="-130" y="3290" as="geometry" />
+         </mxCell>
+         <mxCell id="00ZLKW-nFivUe22oS6zY-18" parent="1" style="rounded=1;whiteSpace=wrap;html=1;" value="mkdir &amp;lt;name&amp;gt;&amp;nbsp; - to create a new folder" vertex="1">
+           <mxGeometry height="40" width="230" x="130" y="3290" as="geometry" />
+         </mxCell>
+         <mxCell id="00ZLKW-nFivUe22oS6zY-19" parent="1" style="rounded=1;whiteSpace=wrap;html=1;" value="rm &amp;lt;file name&amp;gt;&amp;nbsp; - to delete a file" vertex="1">
+           <mxGeometry height="40" width="230" x="-130" y="3340" as="geometry" />
+         </mxCell>
+         <mxCell id="00ZLKW-nFivUe22oS6zY-20" parent="1" style="rounded=1;whiteSpace=wrap;html=1;" value="rm &amp;lt;file name&amp;gt;&amp;nbsp; - to delete a file" vertex="1">
+           <mxGeometry height="40" width="230" x="130" y="3340" as="geometry" />
+         </mxCell>
+         <mxCell id="00ZLKW-nFivUe22oS6zY-21" parent="1" style="rounded=1;whiteSpace=wrap;html=1;" value="rmdir &amp;lt;name&amp;gt;&amp;nbsp; - to delete an empty folder" vertex="1">
+           <mxGeometry height="40" width="230" x="370" y="3290" as="geometry" />
+         </mxCell>
      </root>
    </mxGraphModel>
  </diagram>
</mxfile>
